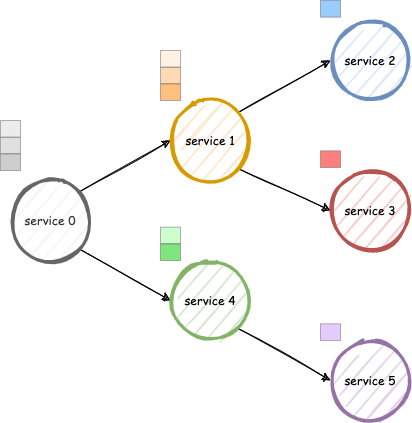
Earlier version of the draw.io export img/diagram-hierarchy.drawio.png (ccchrunik/hierasaga). Source tidied: cells renumbered, new cells last; positions are measured from the earlier drawing's top-left corner, leaving out a move shared by most shapes.
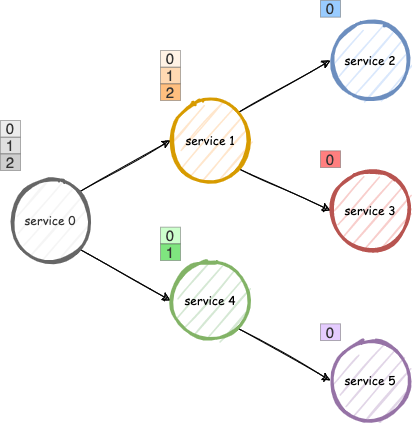
Above is the later version.

Diff of the diagram source:
```diff
@@ -38,43 +38,43 @@
     <mxCell id="13" style="group;sketch=0;" parent="1" vertex="1">
       <mxGeometry y="120" width="20" height="50" as="geometry" />
     </mxCell>
-    <mxCell id="14" style="rounded=0;whiteSpace=wrap;html=1;sketch=0;fontSize=15;strokeColor=#666666;fillColor=#C2C2C2;opacity=50;fontColor=#333333;" parent="13" vertex="1">
+    <mxCell id="14" value="1" style="rounded=0;whiteSpace=wrap;html=1;sketch=0;fontSize=15;strokeColor=#666666;fillColor=#C2C2C2;opacity=50;fontColor=#333333;" parent="13" vertex="1">
       <mxGeometry y="16.7" width="20" height="16.7" as="geometry" />
     </mxCell>
-    <mxCell id="15" style="rounded=0;whiteSpace=wrap;html=1;sketch=0;fontSize=15;strokeColor=#666666;fillColor=#D9D9D9;opacity=50;fontColor=#333333;" parent="13" vertex="1">
+    <mxCell id="15" value="0" style="rounded=0;whiteSpace=wrap;html=1;sketch=0;fontSize=15;strokeColor=#666666;fillColor=#D9D9D9;opacity=50;fontColor=#333333;" parent="13" vertex="1">
       <mxGeometry width="20" height="16.7" as="geometry" />
     </mxCell>
-    <mxCell id="16" style="rounded=0;whiteSpace=wrap;html=1;sketch=0;fontSize=15;strokeColor=#666666;fillColor=#9E9E9E;opacity=50;fontColor=#333333;" parent="13" vertex="1">
+    <mxCell id="16" value="2" style="rounded=0;whiteSpace=wrap;html=1;sketch=0;fontSize=15;strokeColor=#666666;fillColor=#9E9E9E;opacity=50;fontColor=#333333;" parent="13" vertex="1">
       <mxGeometry y="33.3" width="20" height="16.7" as="geometry" />
     </mxCell>
     <mxCell id="17" style="group;sketch=0;" parent="1" vertex="1">
       <mxGeometry x="160" y="50" width="20" height="50" as="geometry" />
     </mxCell>
-    <mxCell id="18" style="rounded=0;whiteSpace=wrap;html=1;sketch=0;fontSize=15;strokeColor=#666666;fillColor=#FFB366;opacity=50;fontColor=#333333;" parent="17" vertex="1">
+    <mxCell id="18" value="1" style="rounded=0;whiteSpace=wrap;html=1;sketch=0;fontSize=15;strokeColor=#666666;fillColor=#FFB366;opacity=50;fontColor=#333333;" parent="17" vertex="1">
       <mxGeometry y="16.7" width="20" height="16.7" as="geometry" />
     </mxCell>
-    <mxCell id="19" style="rounded=0;whiteSpace=wrap;html=1;sketch=0;fontSize=15;strokeColor=#666666;fillColor=#FFE6CC;opacity=50;fontColor=#333333;" parent="17" vertex="1">
+    <mxCell id="19" value="0" style="rounded=0;whiteSpace=wrap;html=1;sketch=0;fontSize=15;strokeColor=#666666;fillColor=#FFE6CC;opacity=50;fontColor=#333333;" parent="17" vertex="1">
       <mxGeometry width="20" height="16.7" as="geometry" />
     </mxCell>
-    <mxCell id="20" style="rounded=0;whiteSpace=wrap;html=1;sketch=0;fontSize=15;strokeColor=#666666;fillColor=#FF8000;opacity=50;fontColor=#333333;" parent="17" vertex="1">
+    <mxCell id="20" value="2" style="rounded=0;whiteSpace=wrap;html=1;sketch=0;fontSize=15;strokeColor=#666666;fillColor=#FF8000;opacity=50;fontColor=#333333;" parent="17" vertex="1">
       <mxGeometry y="33.3" width="20" height="16.7" as="geometry" />
     </mxCell>
-    <mxCell id="21" style="rounded=0;whiteSpace=wrap;html=1;sketch=0;fontSize=15;strokeColor=#666666;fillColor=#3399FF;opacity=50;fontColor=#333333;" parent="1" vertex="1">
+    <mxCell id="21" value="0" style="rounded=0;whiteSpace=wrap;html=1;sketch=0;fontSize=15;strokeColor=#666666;fillColor=#3399FF;opacity=50;fontColor=#333333;" parent="1" vertex="1">
       <mxGeometry x="320" width="20" height="16.7" as="geometry" />
     </mxCell>
-    <mxCell id="22" style="rounded=0;whiteSpace=wrap;html=1;sketch=0;fontSize=15;strokeColor=#666666;fillColor=#FF0000;opacity=50;fontColor=#333333;" parent="1" vertex="1">
+    <mxCell id="22" value="0" style="rounded=0;whiteSpace=wrap;html=1;sketch=0;fontSize=15;strokeColor=#666666;fillColor=#FF0000;opacity=50;fontColor=#333333;" parent="1" vertex="1">
       <mxGeometry x="320" y="150.3" width="20" height="16.7" as="geometry" />
     </mxCell>
     <mxCell id="23" style="group;" parent="1" vertex="1">
       <mxGeometry x="160" y="226.7" width="20" height="33.3" as="geometry" />
     </mxCell>
-    <mxCell id="24" style="rounded=0;whiteSpace=wrap;html=1;sketch=0;fontSize=15;strokeColor=#666666;fillColor=#99FF99;opacity=50;fontColor=#333333;" parent="23" vertex="1">
+    <mxCell id="24" value="0" style="rounded=0;whiteSpace=wrap;html=1;sketch=0;fontSize=15;strokeColor=#666666;fillColor=#99FF99;opacity=50;fontColor=#333333;" parent="23" vertex="1">
       <mxGeometry width="20" height="16.7" as="geometry" />
     </mxCell>
-    <mxCell id="25" style="rounded=0;whiteSpace=wrap;html=1;sketch=0;fontSize=15;strokeColor=#666666;fillColor=#00CC00;opacity=50;fontColor=#333333;" parent="23" vertex="1">
+    <mxCell id="25" value="1" style="rounded=0;whiteSpace=wrap;html=1;sketch=0;fontSize=15;strokeColor=#666666;fillColor=#00CC00;opacity=50;fontColor=#333333;" parent="23" vertex="1">
       <mxGeometry y="16.7" width="20" height="16.7" as="geometry" />
     </mxCell>
-    <mxCell id="26" style="rounded=0;whiteSpace=wrap;html=1;sketch=0;fontSize=15;strokeColor=#666666;fillColor=#CC99FF;opacity=50;fontColor=#333333;" parent="1" vertex="1">
+    <mxCell id="26" value="0" style="rounded=0;whiteSpace=wrap;html=1;sketch=0;fontSize=15;strokeColor=#666666;fillColor=#CC99FF;opacity=50;fontColor=#333333;" parent="1" vertex="1">
       <mxGeometry x="320" y="323.3" width="20" height="16.7" as="geometry" />
     </mxCell>
   </root>
```
